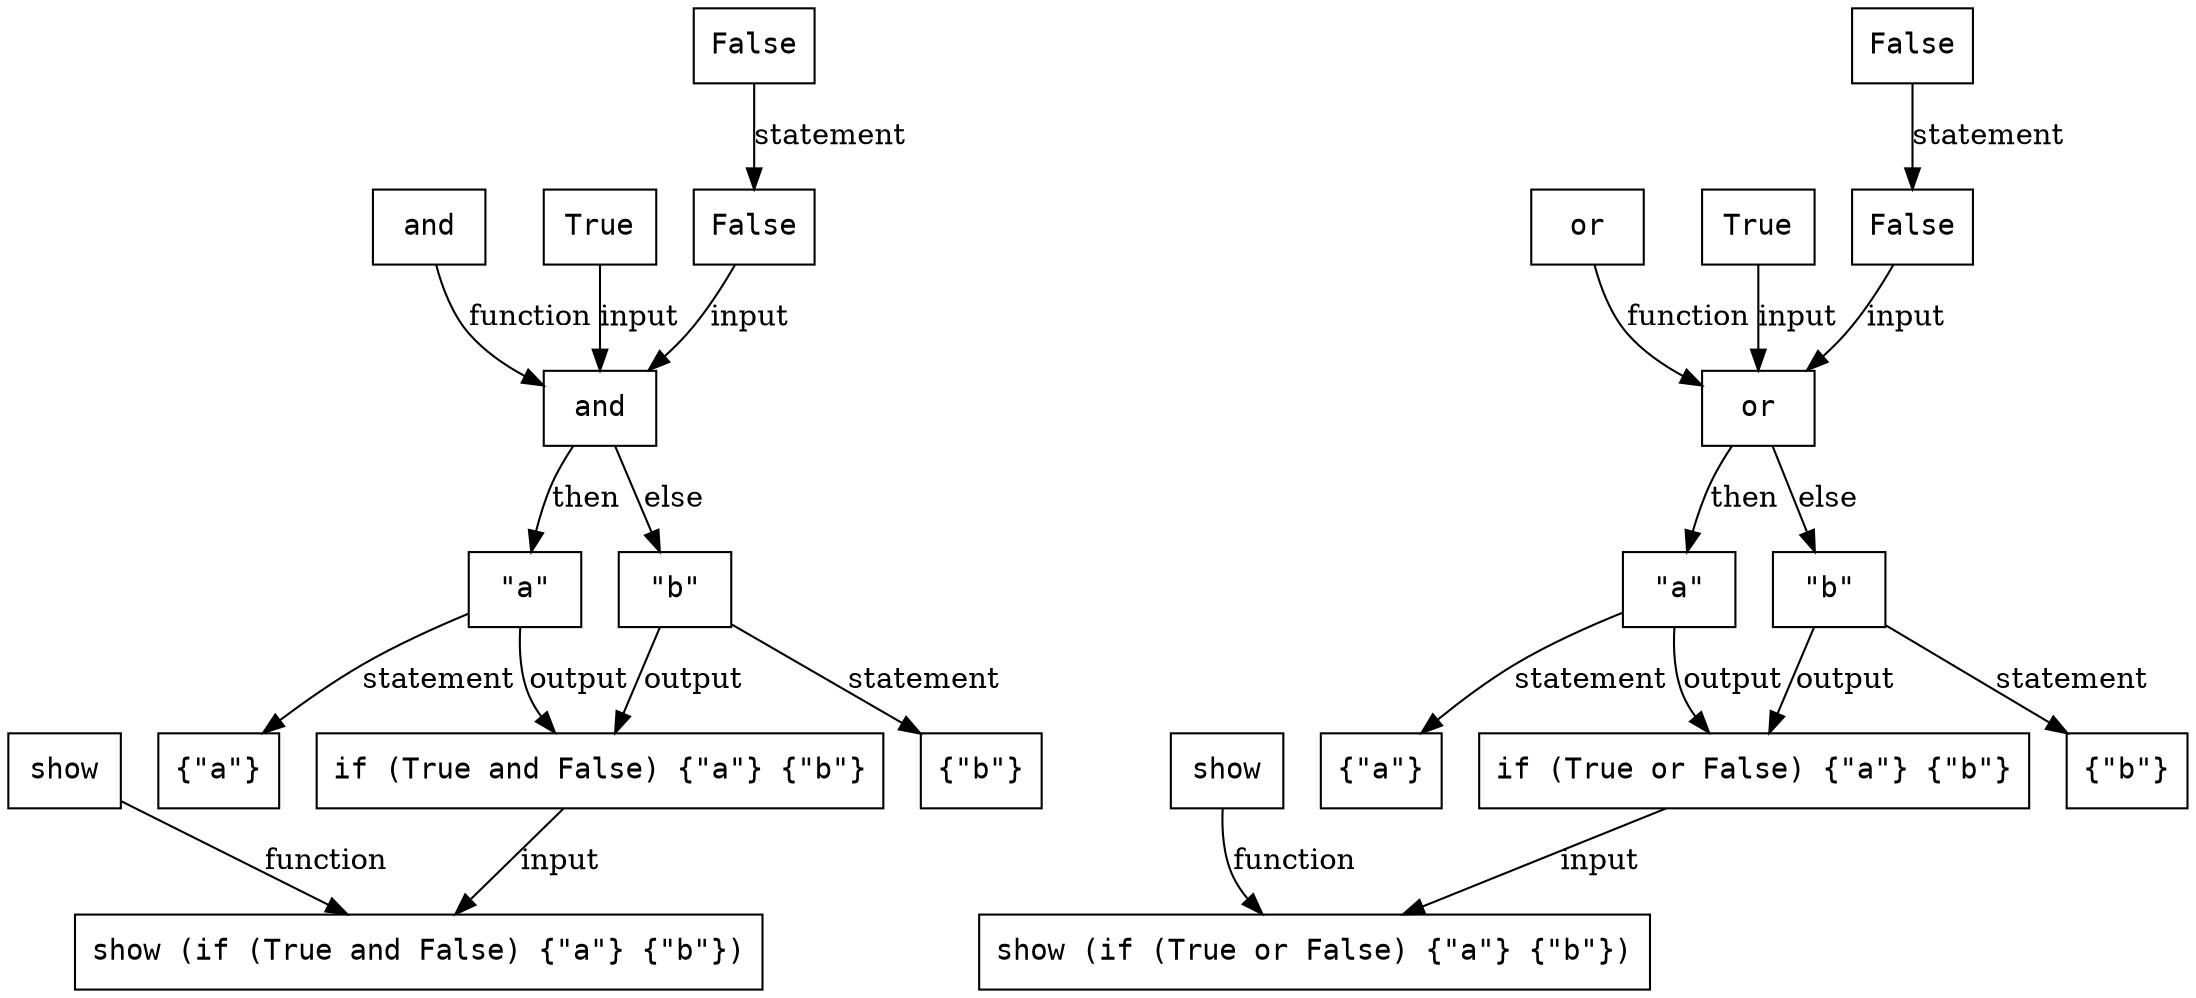
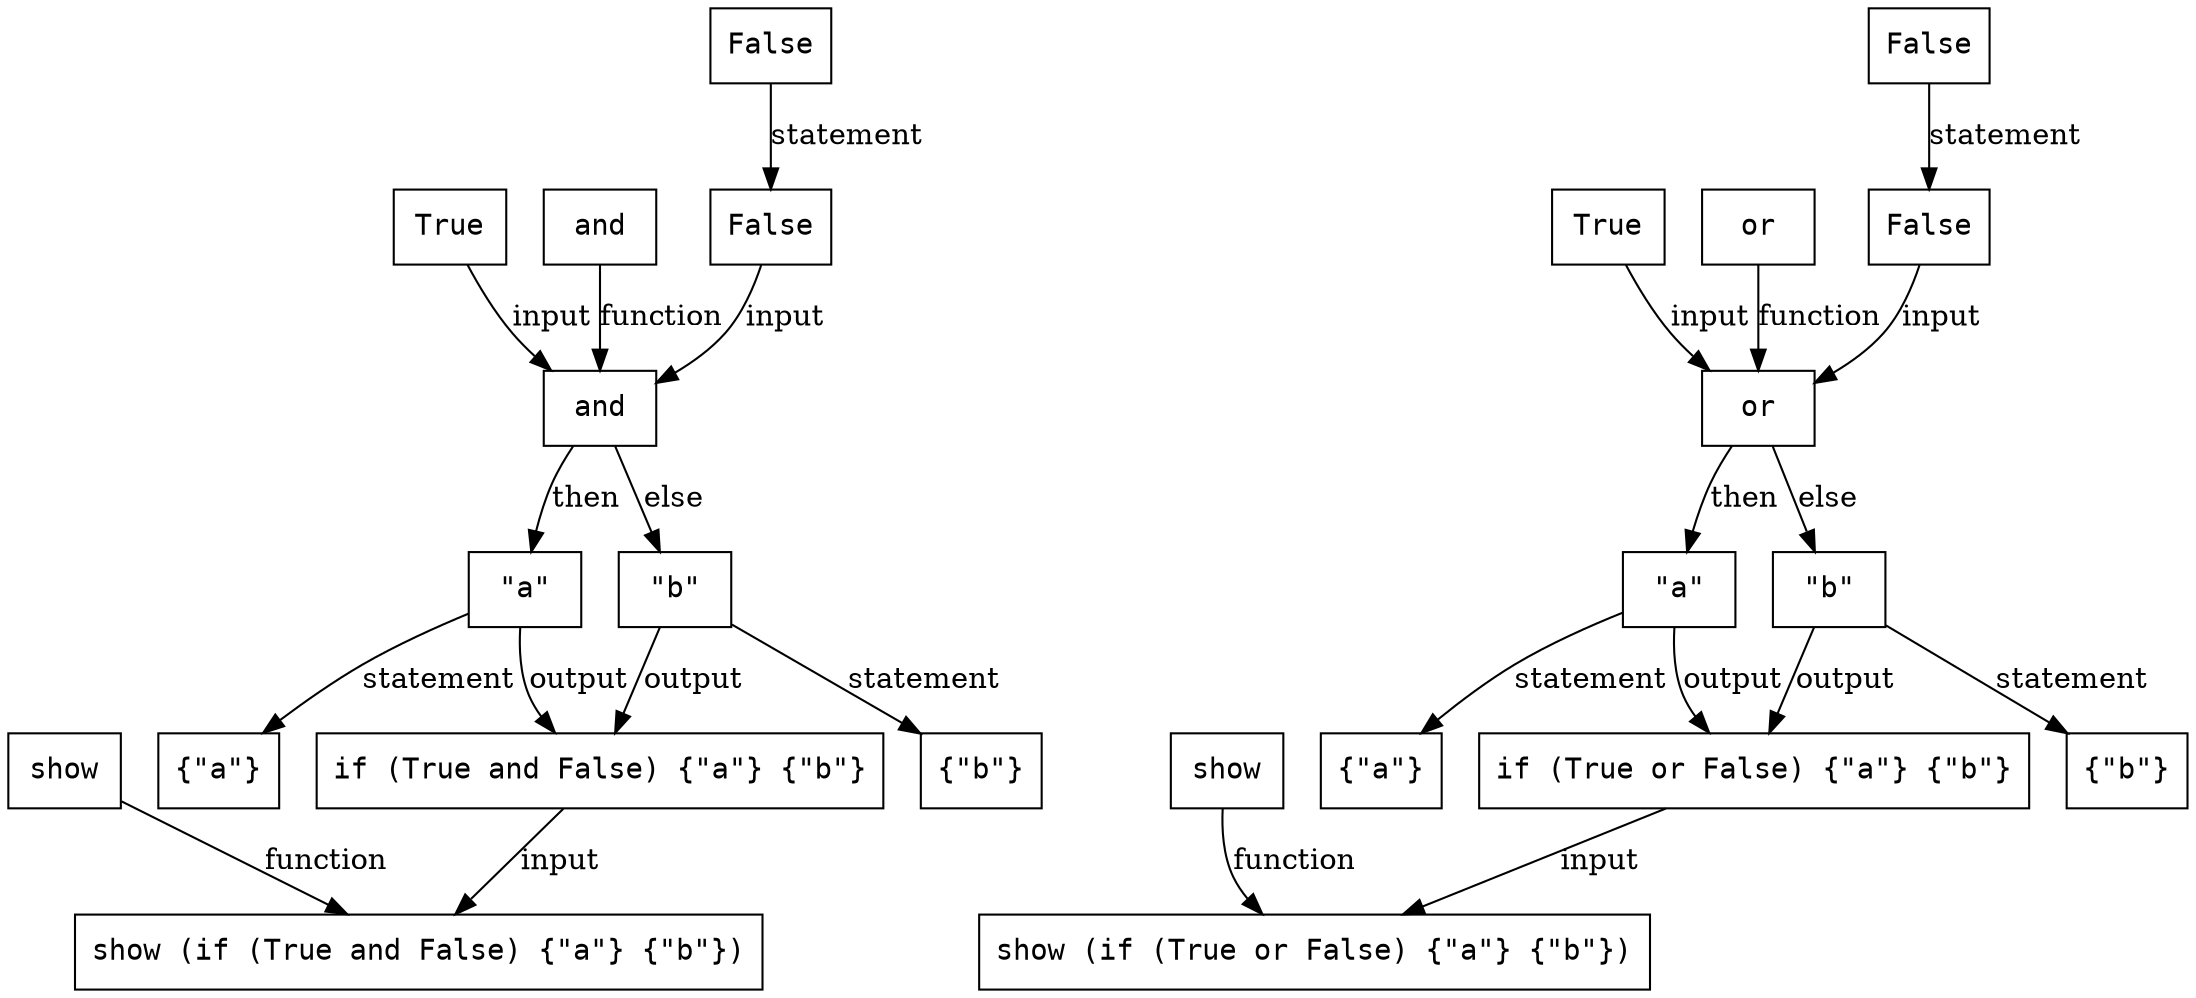
digraph G {
  node [shape=box, fontname=monospace]
  node_2_4 [label="show (if (True and False) {\"a\"} {\"b\"})"]
  node_2_5 [label="show"]
  node_2_6 [label="if (True and False) {\"a\"} {\"b\"}"]
  node_2_9 [label="and"]
-   node_2_10 [label="and"]
  node_2_11 [label="True"]
  node_2_12 [label="False"]
-   node_2_13 [label="False"]
-   node_2_15 [label="{\"a\"}"]
-   node_2_17 [label="\"a\""]
-   node_2_19 [label="{\"b\"}"]
-   node_2_21 [label="\"b\""]
-   node_2_23 [label="show (if (True or False) {\"a\"} {\"b\"})"]
-   node_2_24 [label="show"]
-   node_2_25 [label="if (True or False) {\"a\"} {\"b\"}"]
-   node_2_28 [label="or"]
+   node_2_13 [label="and"]
+   node_2_14 [label="False"]
+   node_2_16 [label="{\"a\"}"]
+   node_2_18 [label="\"a\""]
+   node_2_20 [label="{\"b\"}"]
+   node_2_22 [label="\"b\""]
+   node_2_24 [label="show (if (True or False) {\"a\"} {\"b\"})"]
+   node_2_25 [label="show"]
+   node_2_26 [label="if (True or False) {\"a\"} {\"b\"}"]
  node_2_29 [label="or"]
-   node_2_30 [label="True"]
-   node_2_31 [label="False"]
+   node_2_31 [label="True"]
  node_2_32 [label="False"]
-   node_2_34 [label="{\"a\"}"]
-   node_2_36 [label="\"a\""]
-   node_2_38 [label="{\"b\"}"]
-   node_2_40 [label="\"b\""]
+   node_2_33 [label="or"]
+   node_2_34 [label="False"]
+   node_2_36 [label="{\"a\"}"]
+   node_2_38 [label="\"a\""]
+   node_2_40 [label="{\"b\"}"]
+   node_2_42 [label="\"b\""]
  node_2_5 -> node_2_4 [label="function"]
  node_2_6 -> node_2_4 [label="input"]
-   node_2_9 -> node_2_17 [label="then"]
-   node_2_9 -> node_2_21 [label="else"]
-   node_2_10 -> node_2_9 [label="function"]
+   node_2_9 -> node_2_18 [label="then"]
+   node_2_9 -> node_2_22 [label="else"]
  node_2_11 -> node_2_9 [label="input"]
-   node_2_12 -> node_2_13 [label="statement"]
-   node_2_13 -> node_2_9 [label="input"]
-   node_2_17 -> node_2_6 [label="output"]
-   node_2_17 -> node_2_15 [label="statement"]
-   node_2_21 -> node_2_6 [label="output"]
-   node_2_21 -> node_2_19 [label="statement"]
-   node_2_24 -> node_2_23 [label="function"]
-   node_2_25 -> node_2_23 [label="input"]
-   node_2_28 -> node_2_36 [label="then"]
-   node_2_28 -> node_2_40 [label="else"]
-   node_2_29 -> node_2_28 [label="function"]
-   node_2_30 -> node_2_28 [label="input"]
-   node_2_31 -> node_2_32 [label="statement"]
-   node_2_32 -> node_2_28 [label="input"]
-   node_2_36 -> node_2_25 [label="output"]
-   node_2_36 -> node_2_34 [label="statement"]
-   node_2_40 -> node_2_25 [label="output"]
-   node_2_40 -> node_2_38 [label="statement"]
+   node_2_12 -> node_2_14 [label="statement"]
+   node_2_13 -> node_2_9 [label="function"]
+   node_2_14 -> node_2_9 [label="input"]
+   node_2_18 -> node_2_6 [label="output"]
+   node_2_18 -> node_2_16 [label="statement"]
+   node_2_22 -> node_2_6 [label="output"]
+   node_2_22 -> node_2_20 [label="statement"]
+   node_2_25 -> node_2_24 [label="function"]
+   node_2_26 -> node_2_24 [label="input"]
+   node_2_29 -> node_2_38 [label="then"]
+   node_2_29 -> node_2_42 [label="else"]
+   node_2_31 -> node_2_29 [label="input"]
+   node_2_32 -> node_2_34 [label="statement"]
+   node_2_33 -> node_2_29 [label="function"]
+   node_2_34 -> node_2_29 [label="input"]
+   node_2_38 -> node_2_26 [label="output"]
+   node_2_38 -> node_2_36 [label="statement"]
+   node_2_42 -> node_2_26 [label="output"]
+   node_2_42 -> node_2_40 [label="statement"]
}
